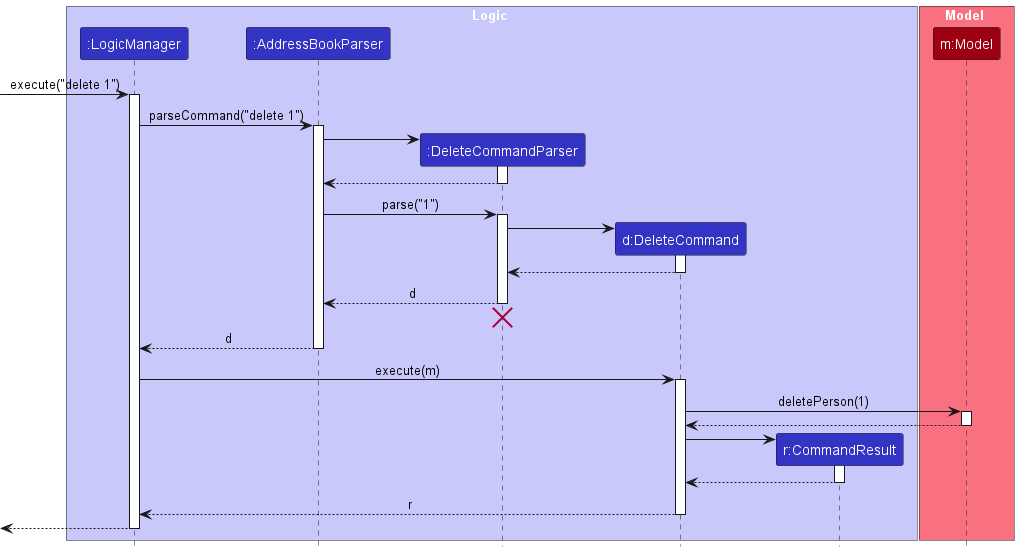
This is docs/images/DeleteSequenceDiagram.png from nus-cs2103-AY2425S1/tp, a PlantUML export, as it was before one commit.
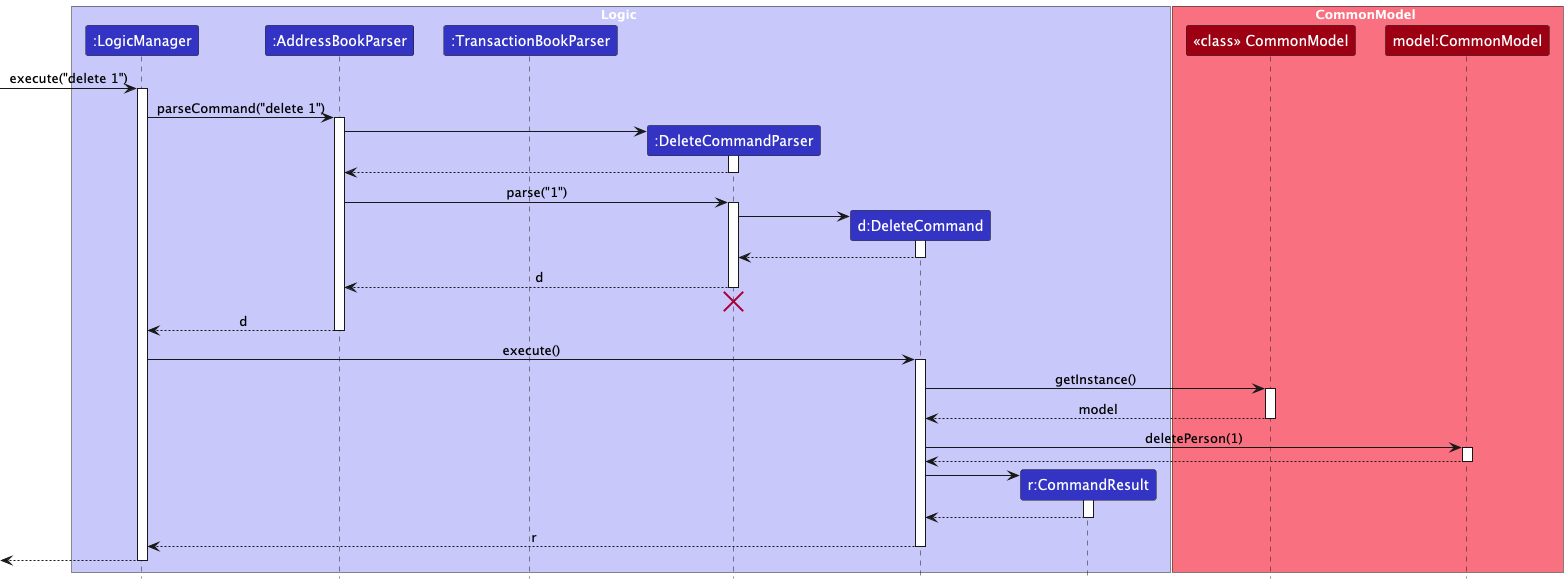
After the change.

Commit message:
Update more logic diagrams and DG description

The edit, as a diff of the source:
```diff
@@ -5,13 +5,15 @@
 box Logic LOGIC_COLOR_T1
 participant ":LogicManager" as LogicManager LOGIC_COLOR
 participant ":AddressBookParser" as AddressBookParser LOGIC_COLOR
+participant ":TransactionBookParser" as TransactionBookParser LOGIC_COLOR
 participant ":DeleteCommandParser" as DeleteCommandParser LOGIC_COLOR
 participant "d:DeleteCommand" as DeleteCommand LOGIC_COLOR
 participant "r:CommandResult" as CommandResult LOGIC_COLOR
 end box
 
-box Model MODEL_COLOR_T1
-participant "m:Model" as Model MODEL_COLOR
+box CommonModel MODEL_COLOR_T1
+participant "<<class>> CommonModel" as CommonModel MODEL_COLOR
+participant "model:CommonModel" as CommonModelInstance MODEL_COLOR
 end box
 
 [-> LogicManager : execute("delete 1")
@@ -45,14 +47,21 @@
 AddressBookParser --> LogicManager : d
 deactivate AddressBookParser
 
-LogicManager -> DeleteCommand : execute(m)
+LogicManager -> DeleteCommand : execute()
 activate DeleteCommand
 
-DeleteCommand -> Model : deletePerson(1)
-activate Model
 
-Model --> DeleteCommand
-deactivate Model
+DeleteCommand -> CommonModel : getInstance()
+activate CommonModel
+
+CommonModel --> DeleteCommand : model
+deactivate CommonModel
+
+DeleteCommand -> CommonModelInstance : deletePerson(1)
+activate CommonModelInstance
+
+CommonModelInstance --> DeleteCommand
+deactivate CommonModelInstance
 
 create CommandResult
 DeleteCommand -> CommandResult
```
